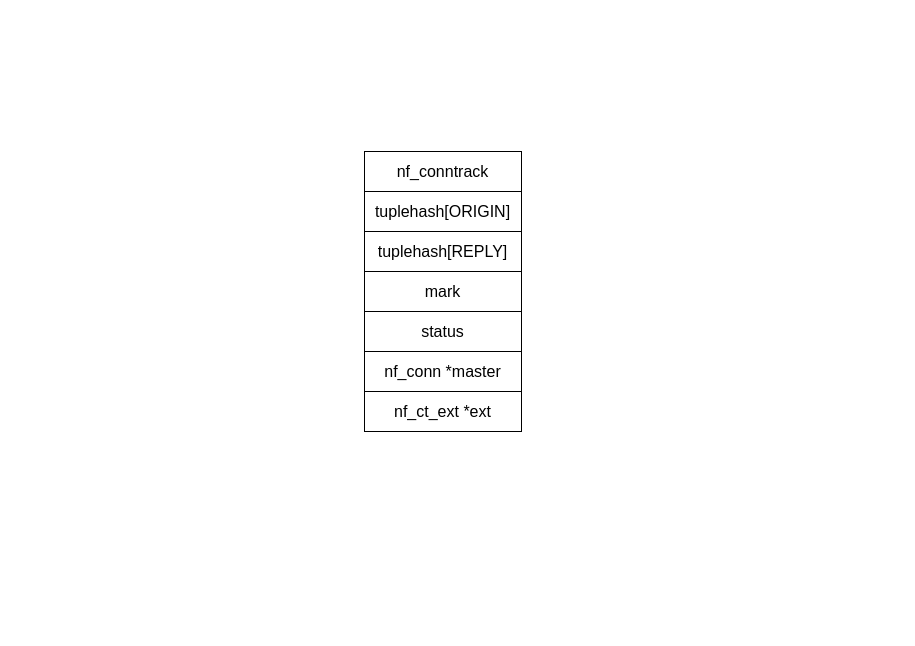
The draw.io diagram Untitled Diagram.drawio in xdutaotao/draw.io, before the edit. Source tidied: cells renumbered, new cells numbered last; positions are measured from the earlier drawing's top-left corner, leaving out a move shared by most shapes. Both pictures are drawn from the tidied source at 100%, with x=0, y=0 at pixel (364, 151).
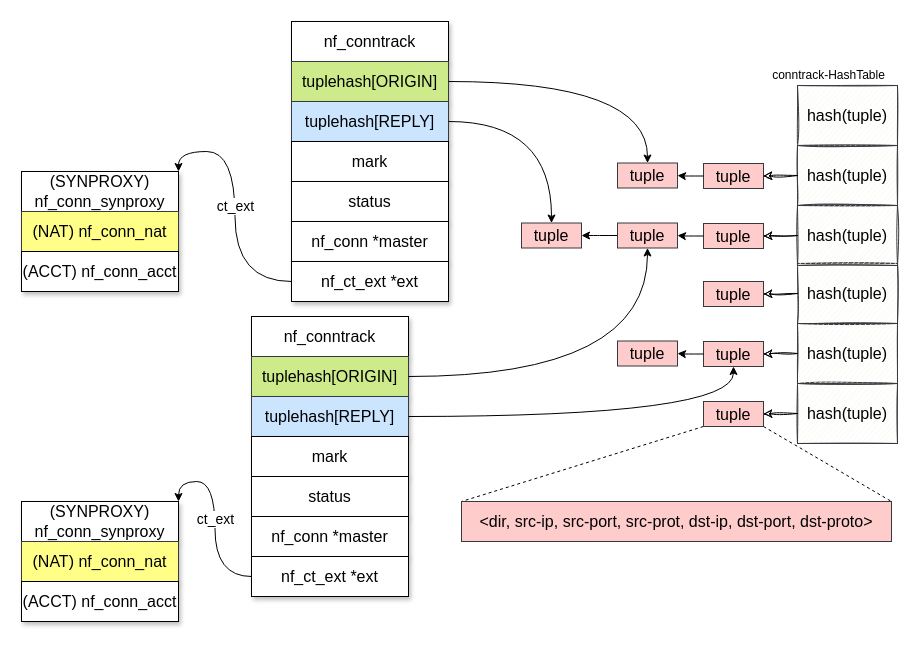
Above is the later version.

What changed in the source:
```diff
@@
+    <mxCell id="9" value="&lt;font style=&quot;font-size: 14px&quot;&gt;ct_ext&lt;/font&gt;" style="edgeStyle=orthogonalEdgeStyle;curved=1;rounded=0;jettySize=auto;html=1;entryX=1;entryY=0;entryDx=0;entryDy=0;exitX=0;exitY=0.5;exitDx=0;exitDy=0;" parent="1" edge="1" source="8" target="11">
+      <mxGeometry relative="1" as="geometry" />
+    </mxCell>
+    <mxCell id="10" style="group;sketch=0;shadow=1;glass=0;" parent="1" vertex="1">
+      <mxGeometry x="-343" y="20" width="157" height="120" as="geometry" />
+    </mxCell>
+    <mxCell id="11" value="&lt;font style=&quot;font-size: 16px&quot;&gt;(SYNPROXY) nf_conn_synproxy&lt;/font&gt;" style="rounded=0;whiteSpace=wrap;html=1;sketch=0;shadow=1;glass=0;" parent="10" vertex="1">
+      <mxGeometry width="157" height="40" as="geometry" />
+    </mxCell>
+    <mxCell id="12" value="&lt;font style=&quot;font-size: 16px&quot;&gt;(NAT) nf_conn_nat&lt;/font&gt;" style="rounded=0;whiteSpace=wrap;html=1;fillColor=#ffff88;strokeColor=#36393d;sketch=0;shadow=1;glass=0;" parent="10" vertex="1">
+      <mxGeometry y="40" width="157" height="40" as="geometry" />
+    </mxCell>
+    <mxCell id="13" value="&lt;span style=&quot;font-size: 16px&quot;&gt;(ACCT) nf_conn_acct&lt;/span&gt;" style="rounded=0;whiteSpace=wrap;html=1;sketch=0;shadow=1;glass=0;" parent="10" vertex="1">
+      <mxGeometry y="80" width="157" height="40" as="geometry" />
+    </mxCell>
+    <mxCell id="14" style="group;shadow=1;" parent="1" vertex="1">
+      <mxGeometry x="-73" y="-130" width="157" height="280" as="geometry" />
+    </mxCell>
-    <mxCell id="2" value="nf_conntrack" style="rounded=0;whiteSpace=wrap;html=1;fontSize=16;" parent="1" vertex="1">
+    <mxCell id="2" value="nf_conntrack" style="rounded=0;whiteSpace=wrap;html=1;fontSize=16;shadow=1;" parent="14" vertex="1">
       <mxGeometry width="157" height="40" as="geometry" />
     </mxCell>
-    <mxCell id="3" value="&lt;font style=&quot;font-size: 16px&quot;&gt;tuplehash[ORIGIN]&lt;/font&gt;" style="rounded=0;whiteSpace=wrap;html=1;" parent="1" vertex="1">
+    <mxCell id="3" value="&lt;font style=&quot;font-size: 16px&quot;&gt;tuplehash[ORIGIN]&lt;/font&gt;" style="rounded=0;whiteSpace=wrap;html=1;fillColor=#cdeb8b;strokeColor=#36393d;shadow=1;" parent="14" vertex="1">
       <mxGeometry y="40" width="157" height="40" as="geometry" />
     </mxCell>
-    <mxCell id="4" value="&lt;font style=&quot;font-size: 16px&quot;&gt;tuplehash[REPLY]&lt;/font&gt;" style="rounded=0;whiteSpace=wrap;html=1;" parent="1" vertex="1">
+    <mxCell id="4" value="&lt;font style=&quot;font-size: 16px&quot;&gt;tuplehash[REPLY]&lt;/font&gt;" style="rounded=0;whiteSpace=wrap;html=1;fillColor=#cce5ff;strokeColor=#36393d;shadow=1;" parent="14" vertex="1">
       <mxGeometry y="80" width="157" height="40" as="geometry" />
     </mxCell>
-    <mxCell id="5" value="&lt;font style=&quot;font-size: 16px&quot;&gt;mark&lt;/font&gt;" style="rounded=0;whiteSpace=wrap;html=1;" parent="1" vertex="1">
+    <mxCell id="5" value="&lt;font style=&quot;font-size: 16px&quot;&gt;mark&lt;/font&gt;" style="rounded=0;whiteSpace=wrap;html=1;shadow=1;" parent="14" vertex="1">
       <mxGeometry y="120" width="157" height="40" as="geometry" />
     </mxCell>
-    <mxCell id="6" value="&lt;font style=&quot;font-size: 16px&quot;&gt;status&lt;/font&gt;" style="rounded=0;whiteSpace=wrap;html=1;" parent="1" vertex="1">
+    <mxCell id="6" value="&lt;font style=&quot;font-size: 16px&quot;&gt;status&lt;/font&gt;" style="rounded=0;whiteSpace=wrap;html=1;shadow=1;" parent="14" vertex="1">
       <mxGeometry y="160" width="157" height="40" as="geometry" />
     </mxCell>
-    <mxCell id="7" value="&lt;font style=&quot;font-size: 16px&quot;&gt;nf_conn *master&lt;/font&gt;" style="rounded=0;whiteSpace=wrap;html=1;" parent="1" vertex="1">
+    <mxCell id="7" value="&lt;font style=&quot;font-size: 16px&quot;&gt;nf_conn *master&lt;/font&gt;" style="rounded=0;whiteSpace=wrap;html=1;shadow=1;" parent="14" vertex="1">
       <mxGeometry y="200" width="157" height="40" as="geometry" />
     </mxCell>
-    <mxCell id="8" value="&lt;font style=&quot;font-size: 16px&quot;&gt;nf_ct_ext *ext&lt;/font&gt;" style="rounded=0;whiteSpace=wrap;html=1;" parent="1" vertex="1">
+    <mxCell id="8" value="&lt;font style=&quot;font-size: 16px&quot;&gt;nf_ct_ext *ext&lt;/font&gt;" style="rounded=0;whiteSpace=wrap;html=1;shadow=1;" parent="14" vertex="1">
       <mxGeometry y="240" width="157" height="40" as="geometry" />
     </mxCell>
+    <mxCell id="15" style="edgeStyle=orthogonalEdgeStyle;curved=1;rounded=0;jettySize=auto;html=1;exitX=1;exitY=0.5;exitDx=0;exitDy=0;entryX=0.5;entryY=0;entryDx=0;entryDy=0;" parent="1" edge="1" source="3" target="48">
+      <mxGeometry relative="1" as="geometry" />
+    </mxCell>
+    <mxCell id="16" value="tuple" style="rounded=0;whiteSpace=wrap;html=1;fontSize=16;fillColor=#ffcccc;strokeColor=#36393d;" parent="1" vertex="1">
+      <mxGeometry x="157" y="71.5" width="60" height="25" as="geometry" />
+    </mxCell>
+    <mxCell id="17" style="edgeStyle=orthogonalEdgeStyle;curved=1;rounded=0;jettySize=auto;html=1;" parent="1" edge="1" source="53" target="16">
+      <mxGeometry relative="1" as="geometry" />
+    </mxCell>
+    <mxCell id="18" style="edgeStyle=orthogonalEdgeStyle;curved=1;rounded=0;jettySize=auto;html=1;exitX=1;exitY=0.5;exitDx=0;exitDy=0;entryX=0.5;entryY=0;entryDx=0;entryDy=0;" parent="1" edge="1" source="4" target="16">
+      <mxGeometry relative="1" as="geometry" />
+    </mxCell>
+    <mxCell id="19" value="&lt;font style=&quot;font-size: 14px&quot;&gt;ct_ext&lt;/font&gt;" style="edgeStyle=orthogonalEdgeStyle;curved=1;rounded=0;jettySize=auto;html=1;entryX=1;entryY=0;entryDx=0;entryDy=0;exitX=0;exitY=0.5;exitDx=0;exitDy=0;" parent="1" edge="1" source="31" target="21">
+      <mxGeometry relative="1" as="geometry" />
+    </mxCell>
+    <mxCell id="20" style="group;sketch=0;shadow=1;glass=0;" parent="1" vertex="1">
+      <mxGeometry x="-343" y="350" width="157" height="120" as="geometry" />
+    </mxCell>
+    <mxCell id="21" value="&lt;font style=&quot;font-size: 16px&quot;&gt;(SYNPROXY) nf_conn_synproxy&lt;/font&gt;" style="rounded=0;whiteSpace=wrap;html=1;sketch=0;shadow=1;glass=0;" parent="20" vertex="1">
+      <mxGeometry width="157" height="40" as="geometry" />
+    </mxCell>
+    <mxCell id="22" value="&lt;font style=&quot;font-size: 16px&quot;&gt;(NAT) nf_conn_nat&lt;/font&gt;" style="rounded=0;whiteSpace=wrap;html=1;fillColor=#ffff88;strokeColor=#36393d;sketch=0;shadow=1;glass=0;" parent="20" vertex="1">
+      <mxGeometry y="40" width="157" height="40" as="geometry" />
+    </mxCell>
+    <mxCell id="23" value="&lt;span style=&quot;font-size: 16px&quot;&gt;(ACCT) nf_conn_acct&lt;/span&gt;" style="rounded=0;whiteSpace=wrap;html=1;sketch=0;shadow=1;glass=0;" parent="20" vertex="1">
+      <mxGeometry y="80" width="157" height="40" as="geometry" />
+    </mxCell>
+    <mxCell id="24" style="group;shadow=1;" parent="1" vertex="1">
+      <mxGeometry x="-113" y="165" width="157" height="280" as="geometry" />
+    </mxCell>
+    <mxCell id="25" value="nf_conntrack" style="rounded=0;whiteSpace=wrap;html=1;fontSize=16;shadow=1;" parent="24" vertex="1">
+      <mxGeometry width="157" height="40" as="geometry" />
+    </mxCell>
+    <mxCell id="26" value="&lt;font style=&quot;font-size: 16px&quot;&gt;tuplehash[ORIGIN]&lt;/font&gt;" style="rounded=0;whiteSpace=wrap;html=1;fillColor=#cdeb8b;strokeColor=#36393d;shadow=1;" parent="24" vertex="1">
+      <mxGeometry y="40" width="157" height="40" as="geometry" />
+    </mxCell>
+    <mxCell id="27" value="&lt;font style=&quot;font-size: 16px&quot;&gt;tuplehash[REPLY]&lt;/font&gt;" style="rounded=0;whiteSpace=wrap;html=1;fillColor=#cce5ff;strokeColor=#36393d;shadow=1;" parent="24" vertex="1">
+      <mxGeometry y="80" width="157" height="40" as="geometry" />
+    </mxCell>
+    <mxCell id="28" value="&lt;font style=&quot;font-size: 16px&quot;&gt;mark&lt;/font&gt;" style="rounded=0;whiteSpace=wrap;html=1;shadow=1;" parent="24" vertex="1">
+      <mxGeometry y="120" width="157" height="40" as="geometry" />
+    </mxCell>
+    <mxCell id="29" value="&lt;font style=&quot;font-size: 16px&quot;&gt;status&lt;/font&gt;" style="rounded=0;whiteSpace=wrap;html=1;shadow=1;" parent="24" vertex="1">
+      <mxGeometry y="160" width="157" height="40" as="geometry" />
+    </mxCell>
+    <mxCell id="30" value="&lt;font style=&quot;font-size: 16px&quot;&gt;nf_conn *master&lt;/font&gt;" style="rounded=0;whiteSpace=wrap;html=1;shadow=1;" parent="24" vertex="1">
+      <mxGeometry y="200" width="157" height="40" as="geometry" />
+    </mxCell>
+    <mxCell id="31" value="&lt;font style=&quot;font-size: 16px&quot;&gt;nf_ct_ext *ext&lt;/font&gt;" style="rounded=0;whiteSpace=wrap;html=1;shadow=1;" parent="24" vertex="1">
+      <mxGeometry y="240" width="157" height="40" as="geometry" />
+    </mxCell>
+    <mxCell id="32" style="edgeStyle=orthogonalEdgeStyle;curved=1;rounded=0;jettySize=auto;html=1;exitX=1;exitY=0.5;exitDx=0;exitDy=0;entryX=0.5;entryY=1;entryDx=0;entryDy=0;" parent="1" edge="1" source="26" target="53">
+      <mxGeometry relative="1" as="geometry" />
+    </mxCell>
+    <mxCell id="33" style="edgeStyle=orthogonalEdgeStyle;curved=1;rounded=0;jettySize=auto;html=1;exitX=1;exitY=0.5;exitDx=0;exitDy=0;entryX=0.5;entryY=1;entryDx=0;entryDy=0;" parent="1" edge="1" source="27" target="56">
+      <mxGeometry relative="1" as="geometry" />
+    </mxCell>
+    <mxCell id="34" value="hash(tuple)" style="rounded=0;whiteSpace=wrap;html=1;fontSize=16;fillColor=#f9f7ed;strokeColor=#36393d;comic=0;backgroundOutline=0;sketch=1;" parent="1" vertex="1">
+      <mxGeometry x="433" y="232" width="100" height="60" as="geometry" />
+    </mxCell>
+    <mxCell id="35" style="edgeStyle=none;rounded=0;jettySize=auto;html=1;exitX=0;exitY=1;exitDx=0;exitDy=0;entryX=0;entryY=0;entryDx=0;entryDy=0;endArrow=none;endFill=0;dashed=1;" parent="1" edge="1" source="37" target="44">
+      <mxGeometry relative="1" as="geometry" />
+    </mxCell>
+    <mxCell id="36" style="edgeStyle=none;rounded=0;jettySize=auto;html=1;exitX=1;exitY=1;exitDx=0;exitDy=0;entryX=1;entryY=0;entryDx=0;entryDy=0;endArrow=none;endFill=0;dashed=1;" parent="1" edge="1" source="37" target="44">
+      <mxGeometry relative="1" as="geometry" />
+    </mxCell>
+    <mxCell id="37" value="tuple" style="rounded=0;whiteSpace=wrap;html=1;fontSize=16;fillColor=#ffcccc;strokeColor=#36393d;" parent="1" vertex="1">
+      <mxGeometry x="339" y="250" width="60" height="25" as="geometry" />
+    </mxCell>
+    <mxCell id="38" style="edgeStyle=orthogonalEdgeStyle;curved=1;rounded=0;jettySize=auto;html=1;comic=0;backgroundOutline=0;sketch=1;" parent="1" edge="1" source="34" target="37">
+      <mxGeometry relative="1" as="geometry" />
+    </mxCell>
+    <mxCell id="39" value="hash(tuple)" style="rounded=0;whiteSpace=wrap;html=1;fontSize=16;fillColor=#f9f7ed;strokeColor=#36393d;comic=0;backgroundOutline=0;sketch=1;" parent="1" vertex="1">
+      <mxGeometry x="433" y="112" width="100" height="60" as="geometry" />
+    </mxCell>
+    <mxCell id="40" value="tuple" style="rounded=0;whiteSpace=wrap;html=1;fontSize=16;fillColor=#ffcccc;strokeColor=#36393d;" parent="1" vertex="1">
+      <mxGeometry x="339" y="130" width="60" height="25" as="geometry" />
+    </mxCell>
+    <mxCell id="41" style="edgeStyle=orthogonalEdgeStyle;curved=1;rounded=0;jettySize=auto;html=1;comic=0;backgroundOutline=0;sketch=1;" parent="1" edge="1" source="39" target="40">
+      <mxGeometry x="546" y="252" as="geometry" />
+    </mxCell>
+    <mxCell id="42" value="hash(tuple)" style="rounded=0;whiteSpace=wrap;html=1;fontSize=16;fillColor=#f9f7ed;strokeColor=#36393d;comic=0;backgroundOutline=0;sketch=1;" parent="1" vertex="1">
+      <mxGeometry x="433" y="-66" width="100" height="60" as="geometry" />
+    </mxCell>
+    <mxCell id="43" value="conntrack-HashTable" style="text;html=1;align=center;verticalAlign=middle;comic=0;backgroundOutline=0;sketch=1;" parent="1" vertex="1">
+      <mxGeometry x="399" y="-86" width="130" height="20" as="geometry" />
+    </mxCell>
+    <mxCell id="44" value="&amp;lt;dir, src-ip, src-port, src-prot, dst-ip, dst-port, dst-proto&amp;gt;" style="rounded=0;whiteSpace=wrap;html=1;fontSize=16;fillColor=#ffcccc;strokeColor=#36393d;" parent="1" vertex="1">
+      <mxGeometry x="97" y="350" width="430" height="40" as="geometry" />
+    </mxCell>
+    <mxCell id="45" value="hash(tuple)" style="rounded=0;whiteSpace=wrap;html=1;fontSize=16;fillColor=#f9f7ed;strokeColor=#36393d;comic=0;backgroundOutline=0;sketch=1;" parent="1" vertex="1">
+      <mxGeometry x="433" y="-6" width="100" height="60" as="geometry" />
+    </mxCell>
+    <mxCell id="46" value="tuple" style="rounded=0;whiteSpace=wrap;html=1;fontSize=16;fillColor=#ffcccc;strokeColor=#36393d;" parent="1" vertex="1">
+      <mxGeometry x="339" y="12" width="60" height="25" as="geometry" />
+    </mxCell>
+    <mxCell id="47" style="edgeStyle=orthogonalEdgeStyle;curved=1;rounded=0;jettySize=auto;html=1;comic=0;backgroundOutline=0;sketch=1;" parent="1" edge="1" source="45" target="46">
+      <mxGeometry x="546" y="134" as="geometry" />
+    </mxCell>
+    <mxCell id="48" value="tuple" style="rounded=0;whiteSpace=wrap;html=1;fontSize=16;fillColor=#ffcccc;strokeColor=#36393d;" parent="1" vertex="1">
+      <mxGeometry x="253" y="11.5" width="60" height="25" as="geometry" />
+    </mxCell>
+    <mxCell id="49" style="edgeStyle=orthogonalEdgeStyle;curved=1;rounded=0;jettySize=auto;html=1;" parent="1" edge="1" source="46" target="48">
+      <mxGeometry x="546" y="134" as="geometry" />
+    </mxCell>
+    <mxCell id="50" value="hash(tuple)" style="rounded=0;whiteSpace=wrap;html=1;fontSize=16;fillColor=#f9f7ed;strokeColor=#36393d;comic=0;backgroundOutline=0;sketch=1;" parent="1" vertex="1">
+      <mxGeometry x="433" y="54" width="100" height="60" as="geometry" />
+    </mxCell>
+    <mxCell id="51" value="tuple" style="rounded=0;whiteSpace=wrap;html=1;fontSize=16;fillColor=#ffcccc;strokeColor=#36393d;" parent="1" vertex="1">
+      <mxGeometry x="339" y="72" width="60" height="25" as="geometry" />
+    </mxCell>
+    <mxCell id="52" style="edgeStyle=orthogonalEdgeStyle;curved=1;rounded=0;jettySize=auto;html=1;comic=0;backgroundOutline=0;sketch=1;" parent="1" edge="1" source="50" target="51">
+      <mxGeometry x="546" y="194" as="geometry" />
+    </mxCell>
+    <mxCell id="53" value="tuple" style="rounded=0;whiteSpace=wrap;html=1;fontSize=16;fillColor=#ffcccc;strokeColor=#36393d;" parent="1" vertex="1">
+      <mxGeometry x="253" y="71.5" width="60" height="25" as="geometry" />
+    </mxCell>
+    <mxCell id="54" style="edgeStyle=orthogonalEdgeStyle;curved=1;rounded=0;jettySize=auto;html=1;" parent="1" edge="1" source="51" target="53">
+      <mxGeometry x="546" y="194" as="geometry" />
+    </mxCell>
+    <mxCell id="55" value="hash(tuple)" style="rounded=0;whiteSpace=wrap;html=1;fontSize=16;fillColor=#f9f7ed;strokeColor=#36393d;comic=0;backgroundOutline=0;sketch=1;" parent="1" vertex="1">
+      <mxGeometry x="433" y="172" width="100" height="60" as="geometry" />
+    </mxCell>
+    <mxCell id="56" value="tuple" style="rounded=0;whiteSpace=wrap;html=1;fontSize=16;fillColor=#ffcccc;strokeColor=#36393d;" parent="1" vertex="1">
+      <mxGeometry x="339" y="190" width="60" height="25" as="geometry" />
+    </mxCell>
+    <mxCell id="57" style="edgeStyle=orthogonalEdgeStyle;curved=1;rounded=0;jettySize=auto;html=1;comic=0;backgroundOutline=0;sketch=1;" parent="1" edge="1" source="55" target="56">
+      <mxGeometry x="546" y="312" as="geometry" />
+    </mxCell>
+    <mxCell id="58" value="tuple" style="rounded=0;whiteSpace=wrap;html=1;fontSize=16;fillColor=#ffcccc;strokeColor=#36393d;" parent="1" vertex="1">
+      <mxGeometry x="253" y="189.5" width="60" height="25" as="geometry" />
+    </mxCell>
+    <mxCell id="59" style="edgeStyle=orthogonalEdgeStyle;curved=1;rounded=0;jettySize=auto;html=1;" parent="1" edge="1" source="56" target="58">
+      <mxGeometry x="546" y="312" as="geometry" />
+    </mxCell>
```
